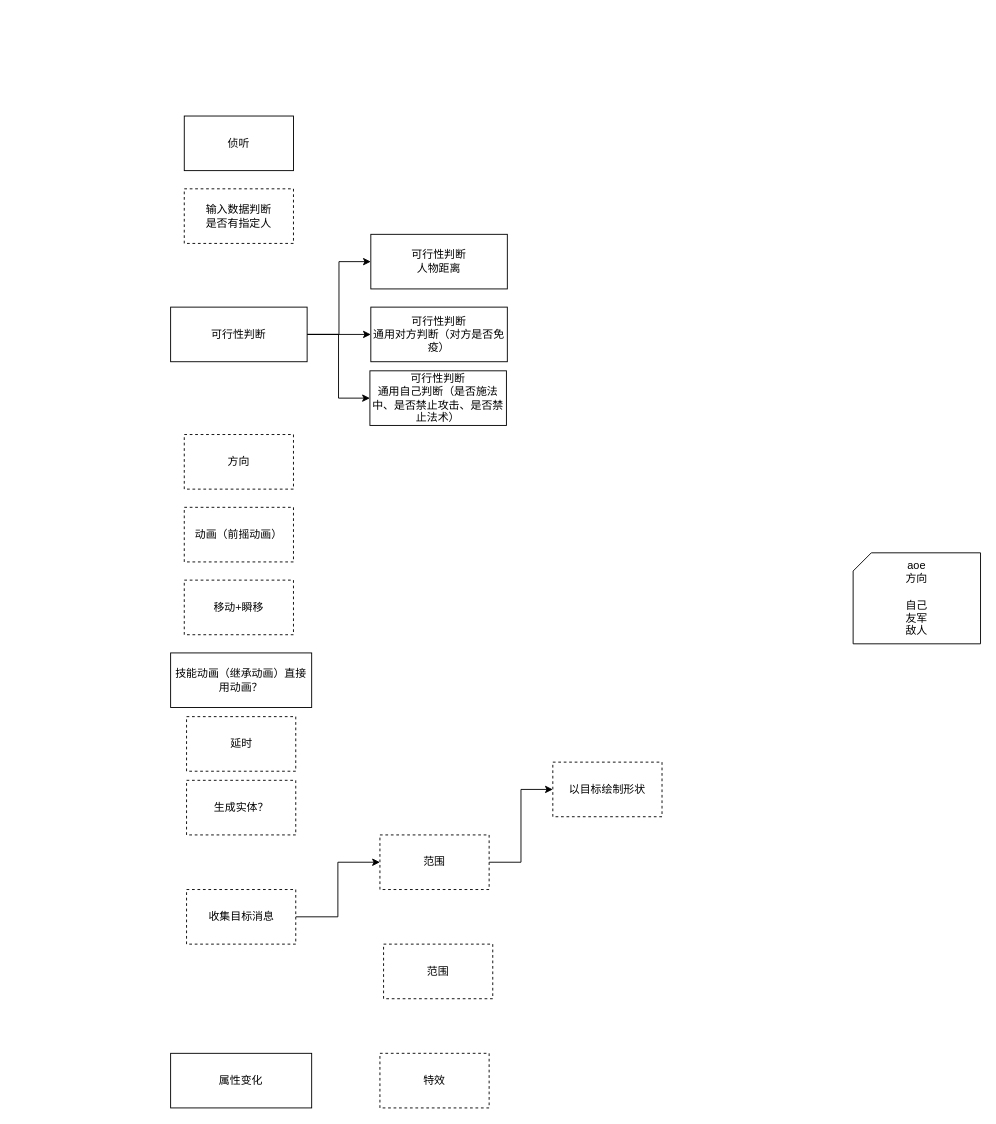
Above: skill.drawio in cliang/drawio (draw.io), before the change. Source tidied: cells renumbered, new cells numbered last; positions are measured from the earlier drawing's top-left corner, leaving out a move shared by most shapes. Both pictures are drawn from the tidied source at 91%, with x=0, y=0 at pixel (170, 116).
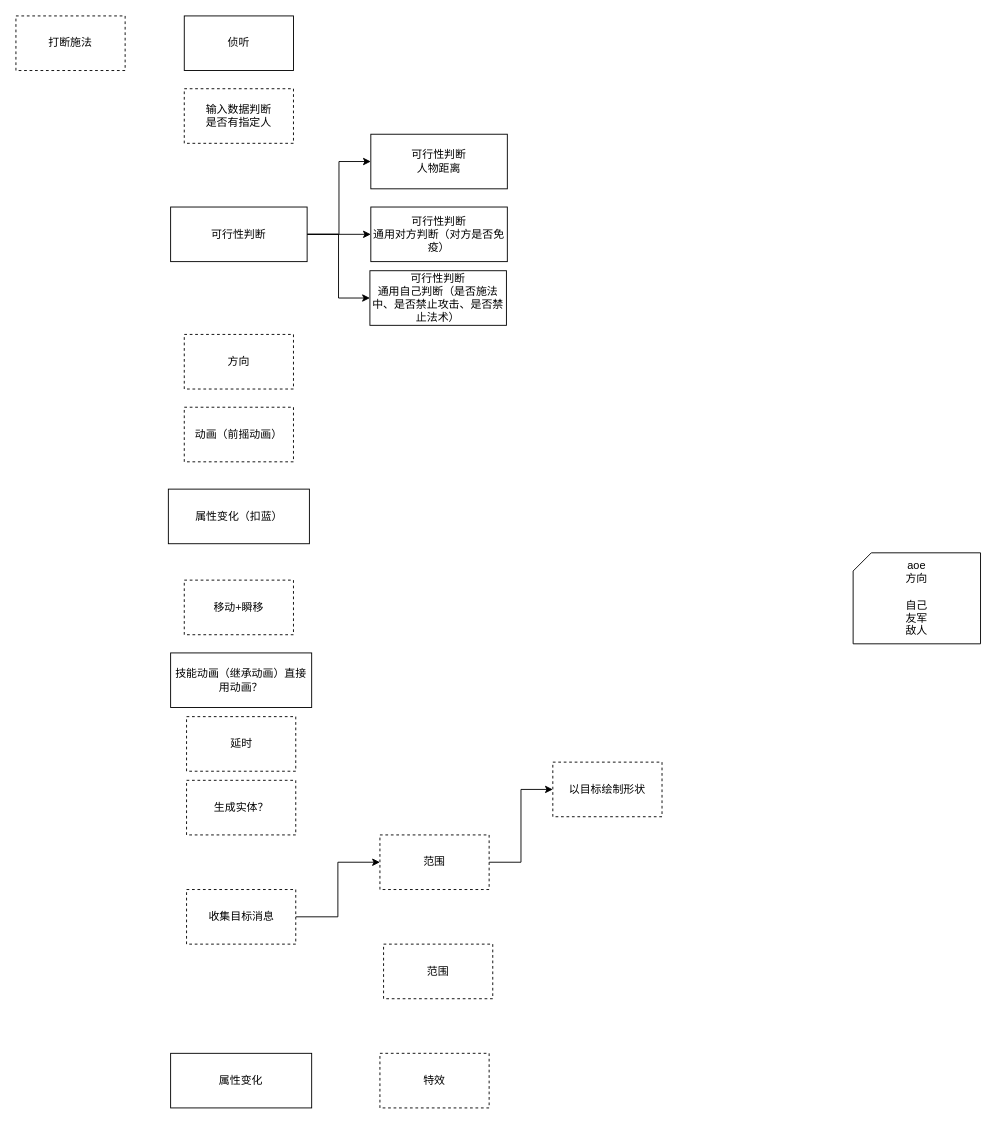
The same diagram, later.

What changed in the source:
```diff
@@
     <mxCell id="2" value="侦听" style="rounded=0;whiteSpace=wrap;html=1;" parent="1" vertex="1">
-      <mxGeometry x="15" width="120" height="60" as="geometry" />
+      <mxGeometry x="15" y="-110" width="120" height="60" as="geometry" />
     </mxCell>
@@
     <mxCell id="6" value="可行性判断" style="rounded=0;whiteSpace=wrap;html=1;" parent="1" vertex="1">
-      <mxGeometry y="210" width="150" height="60" as="geometry" />
+      <mxGeometry y="100" width="150" height="60" as="geometry" />
     </mxCell>
     <mxCell id="7" value="动画（前摇动画）" style="whiteSpace=wrap;html=1;rounded=0;dashed=1;" parent="1" vertex="1">
-      <mxGeometry x="15" y="430" width="120" height="60" as="geometry" />
+      <mxGeometry x="15" y="320" width="120" height="60" as="geometry" />
     </mxCell>
@@
     <mxCell id="10" value="输入数据判断&lt;br&gt;是否有指定人" style="whiteSpace=wrap;html=1;rounded=0;dashed=1;" parent="1" vertex="1">
-      <mxGeometry x="15" y="80" width="120" height="60" as="geometry" />
+      <mxGeometry x="15" y="-30" width="120" height="60" as="geometry" />
     </mxCell>
     <mxCell id="11" value="方向" style="whiteSpace=wrap;html=1;rounded=0;dashed=1;" parent="1" vertex="1">
-      <mxGeometry x="15" y="350" width="120" height="60" as="geometry" />
+      <mxGeometry x="15" y="240" width="120" height="60" as="geometry" />
     </mxCell>
     <mxCell id="12" value="可行性判断&lt;br&gt;通用对方判断（对方是否免疫）" style="rounded=0;whiteSpace=wrap;html=1;" parent="1" vertex="1">
-      <mxGeometry x="220" y="210" width="150" height="60" as="geometry" />
+      <mxGeometry x="220" y="100" width="150" height="60" as="geometry" />
     </mxCell>
     <mxCell id="13" value="可行性判断&lt;br&gt;通用自己判断（是否施法中、是否禁止攻击、是否禁止法术）" style="rounded=0;whiteSpace=wrap;html=1;" parent="1" vertex="1">
-      <mxGeometry x="219" y="280" width="150" height="60" as="geometry" />
+      <mxGeometry x="219" y="170" width="150" height="60" as="geometry" />
     </mxCell>
@@
     <mxCell id="22" value="可行性判断&lt;br&gt;人物距离" style="rounded=0;whiteSpace=wrap;html=1;" parent="1" vertex="1">
-      <mxGeometry x="220" y="130" width="150" height="60" as="geometry" />
+      <mxGeometry x="220" y="20" width="150" height="60" as="geometry" />
     </mxCell>
@@
+    <mxCell id="26" value="打断施法" style="whiteSpace=wrap;html=1;rounded=0;dashed=1;" parent="1" vertex="1">
+      <mxGeometry x="-170" y="-110" width="120" height="60" as="geometry" />
+    </mxCell>
+    <mxCell id="27" value="属性变化（扣蓝）" style="whiteSpace=wrap;html=1;rounded=0;" parent="1" vertex="1">
+      <mxGeometry x="-2.5" y="410" width="155" height="60" as="geometry" />
+    </mxCell>
```
